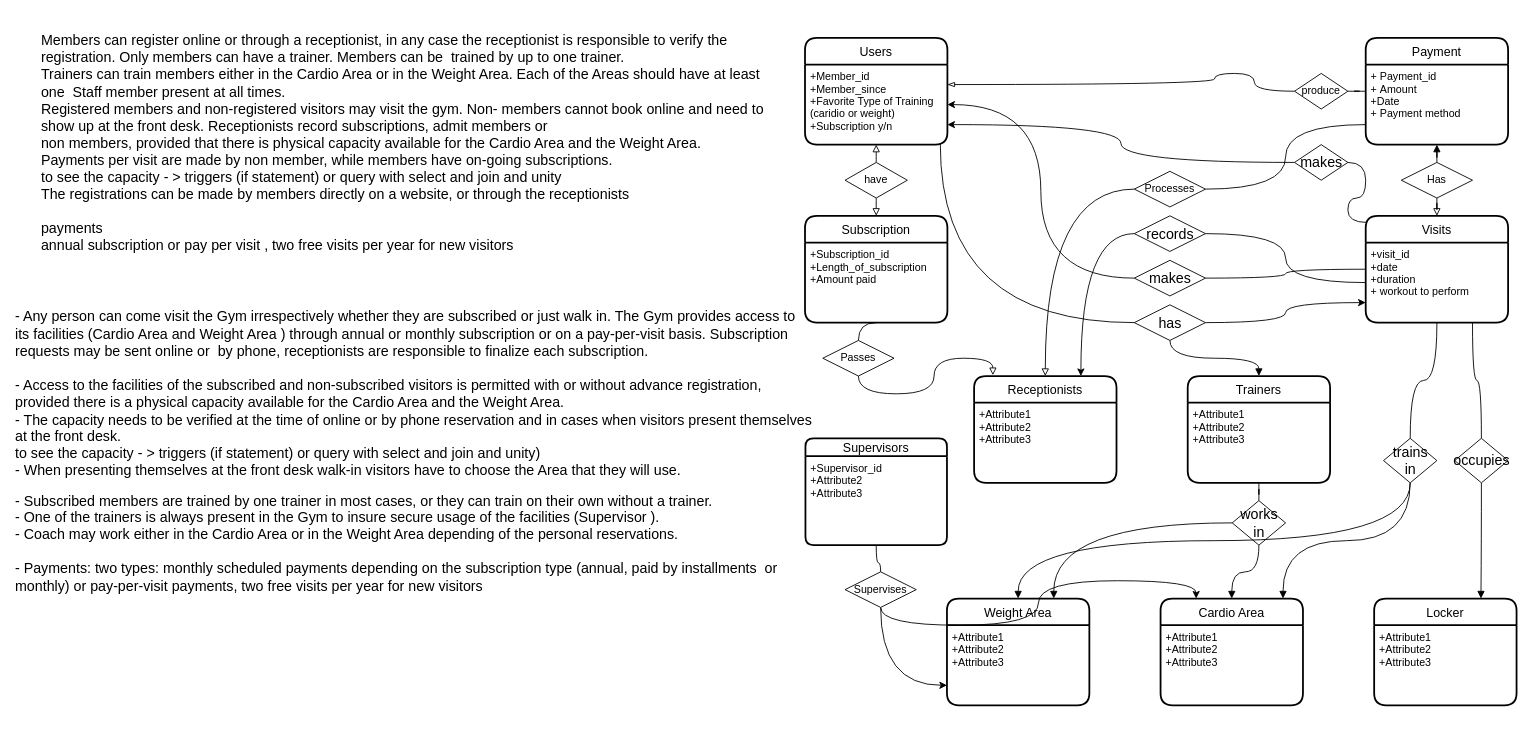
Earlier version of the draw.io diagram page "Page-1" (1 of 2) of GymBasil.drawio (gituser514/Diagram). Source tidied: cells renumbered, new cells numbered last; positions are measured from the earlier drawing's top-left corner, leaving out a move shared by most shapes. Both pictures are drawn from the tidied source at 89%, with x=0, y=0 at pixel (39, 37).
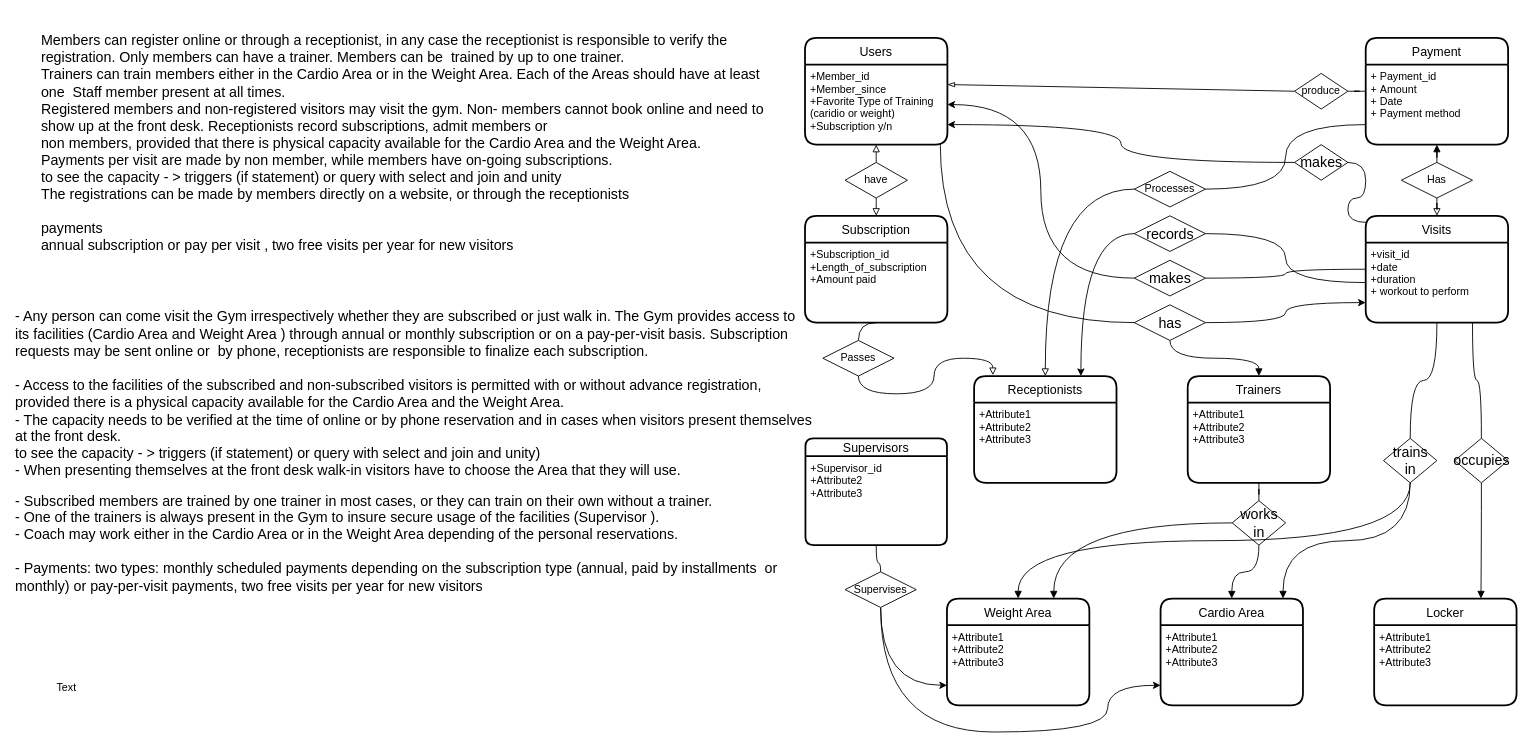
The same diagram, later.

Unchanged cells that the change refers to:
```xml
<mxCell id="4" value="+Member_id&#10;+Member_since&#10;+Favorite Type of Training &#10;(caridio or weight)&#10;+Subscription y/n&#10;&#10;" style="align=left;strokeColor=none;fillColor=none;spacingLeft=4;fontSize=12;verticalAlign=top;" parent="3" vertex="1">
  <mxGeometry y="30" width="160" height="90" as="geometry" />
</mxCell>
<mxCell id="11" value="Cardio Area" style="swimlane;horizontal=1;startSize=30;rounded=1;fontSize=14;fontStyle=0;strokeWidth=2;shadow=0;dashed=0;align=center;" parent="1" vertex="1">
  <mxGeometry x="1259.5" y="630" width="160" height="120" as="geometry" />
</mxCell>
<mxCell id="12" value="+Attribute1&#10;+Attribute2&#10;+Attribute3" style="align=left;strokeColor=none;fillColor=none;spacingLeft=4;fontSize=12;verticalAlign=top;" parent="11" vertex="1">
  <mxGeometry y="30" width="160" height="90" as="geometry" />
</mxCell>
<mxCell id="40" value="Payment" style="swimlane;horizontal=1;startSize=30;rounded=1;fontSize=14;fontStyle=0;strokeWidth=2;shadow=0;dashed=0;align=center;" parent="1" vertex="1">
  <mxGeometry x="1490" width="160" height="120" as="geometry" />
</mxCell>
<mxCell id="46" value="Supervises" style="rhombus;whiteSpace=wrap;html=1;" parent="1" vertex="1">
  <mxGeometry x="905" y="600" width="80" height="40" as="geometry" />
</mxCell>
<mxCell id="62" value="produce" style="rhombus;whiteSpace=wrap;html=1;" parent="1" vertex="1">
  <mxGeometry x="1410" y="40" width="60" height="40" as="geometry" />
</mxCell>
```

Diff of the diagram source:
```diff
@@
-    <mxCell id="41" value="+ Payment_id&#10;+ Amount &#10;+Date&#10;+ Payment method&#10;" style="align=left;strokeColor=none;fillColor=none;spacingLeft=4;fontSize=12;verticalAlign=top;" parent="40" vertex="1">
+    <mxCell id="41" value="+ Payment_id&#10;+ Amount &#10;+ Date&#10;+ Payment method&#10;" style="align=left;strokeColor=none;fillColor=none;spacingLeft=4;fontSize=12;verticalAlign=top;" parent="40" vertex="1">
       <mxGeometry y="30" width="160" height="90" as="geometry" />
     </mxCell>
@@
-    <mxCell id="45" style="edgeStyle=orthogonalEdgeStyle;curved=1;jettySize=auto;html=1;entryX=0.25;entryY=0;entryDx=0;entryDy=0;endArrow=classic;endFill=1;exitX=0.5;exitY=1;exitDx=0;exitDy=0;" parent="1" edge="1" source="46" target="11">
-      <mxGeometry relative="1" as="geometry" />
+    <mxCell id="45" style="edgeStyle=orthogonalEdgeStyle;curved=1;jettySize=auto;html=1;entryX=0;entryY=0.75;entryDx=0;entryDy=0;endArrow=classic;endFill=1;exitX=0.5;exitY=1;exitDx=0;exitDy=0;" parent="1" edge="1" source="46" target="12">
+      <mxGeometry relative="1" as="geometry">
+        <Array as="points">
+          <mxPoint x="945" y="780" />
+          <mxPoint x="1200" y="780" />
+          <mxPoint x="1200" y="728" />
+        </Array>
+      </mxGeometry>
     </mxCell>
@@
-    <mxCell id="63" style="edgeStyle=orthogonalEdgeStyle;curved=1;jettySize=auto;html=1;entryX=0;entryY=0.5;entryDx=0;entryDy=0;endArrow=none;endFill=0;startArrow=blockThin;startFill=0;exitX=1;exitY=0.25;exitDx=0;exitDy=0;" parent="1" edge="1" source="4" target="62">
-      <mxGeometry relative="1" as="geometry">
-        <Array as="points">
-          <mxPoint x="1320" y="53" />
-          <mxPoint x="1320" y="40" />
-          <mxPoint x="1365" y="40" />
-          <mxPoint x="1365" y="60" />
-        </Array>
-      </mxGeometry>
+    <mxCell id="63" style="jettySize=auto;html=1;entryX=0;entryY=0.5;entryDx=0;entryDy=0;endArrow=none;endFill=0;startArrow=blockThin;startFill=0;exitX=1;exitY=0.25;exitDx=0;exitDy=0;" parent="1" edge="1" source="4" target="62">
+      <mxGeometry relative="1" as="geometry" />
     </mxCell>
@@
+    <mxCell id="67" value="Text" style="text;html=1;align=center;verticalAlign=middle;strokeColor=none;fillColor=none;" parent="1" vertex="1">
+      <mxGeometry x="10" y="720" width="40" height="20" as="geometry" />
+    </mxCell>
```
